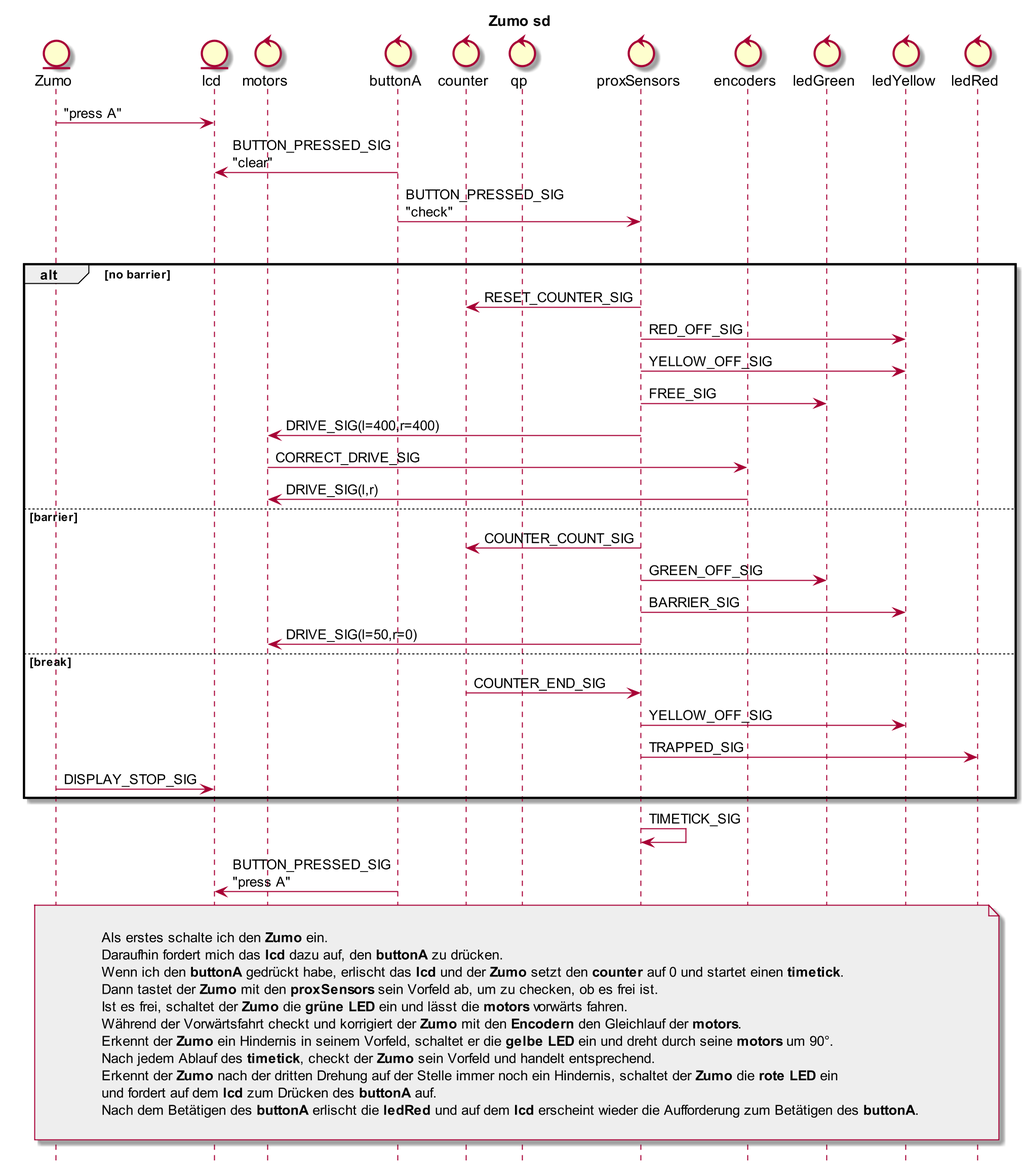
Above: Zumo/Zumo_SD.png in orje/Zumo_QM_QPnano (PlantUML), before the change.
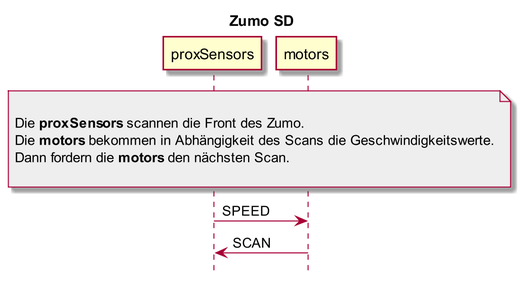
Later version of the same file.

Change to the diagram source:
```diff
@@ -2,75 +2,27 @@
 skinparam dpi 200
 
 
+
 hide footbox
 
-title Zumo sd
+
+title Zumo SD
 
 
-entity Zumo
-entity lcd
-control motors
-control buttonA
-control counter
-control qp
-control proxSensors
-control encoders
-control ledGreen
-control ledYellow
-control ledRed
+note over proxSensors, motors #EEEEEE
+
+Die **proxSensors** scannen die Front des Zumo.
+Die **motors** bekommen in Abhängigkeit des Scans die Geschwindigkeitswerte.
+Dann fordern die **motors** den nächsten Scan.
+
+end note
 
 
-Zumo -> lcd : "press A"
-buttonA -> lcd : BUTTON_PRESSED_SIG\n"clear"
-buttonA -> proxSensors : BUTTON_PRESSED_SIG\n"check"
-
-loop
-
-alt no barrier
-proxSensors -> counter : RESET_COUNTER_SIG
-proxSensors -> ledYellow : RED_OFF_SIG
-proxSensors -> ledYellow : YELLOW_OFF_SIG
-proxSensors -> ledGreen : FREE_SIG
-proxSensors -> motors : DRIVE_SIG(l=400,r=400)
-
-motors -> encoders : CORRECT_DRIVE_SIG
-encoders -> motors : DRIVE_SIG(l,r)
-
-else barrier
-proxSensors -> counter : COUNTER_COUNT_SIG
-proxSensors -> ledGreen : GREEN_OFF_SIG
-proxSensors -> ledYellow : BARRIER_SIG
-proxSensors -> motors : DRIVE_SIG(l=50,r=0)
-
-else break
-counter -> proxSensors : COUNTER_END_SIG
-proxSensors -> ledYellow : YELLOW_OFF_SIG
-proxSensors -> ledRed : TRAPPED_SIG
-
-Zumo -> lcd : DISPLAY_STOP_SIG
-
-end
-
-proxSensors -> proxSensors : TIMETICK_SIG
-
-buttonA -> lcd : BUTTON_PRESSED_SIG\n"press A"
+control proxSensors
+control motors
 
 
+proxSensors -> motors : SPEED
 
-
-note over ledRed, Zumo #EEEEEE
-
-Als erstes schalte ich den **Zumo** ein.
-Daraufhin fordert mich das **lcd** dazu auf, den **buttonA** zu drücken.
-Wenn ich den **buttonA** gedrückt habe, erlischt das **lcd** und der **Zumo** setzt den **counter** auf 0 und startet einen **timetick**.
-Dann tastet der **Zumo** mit den **proxSensors** sein Vorfeld ab, um zu checken, ob es frei ist.
-Ist es frei, schaltet der **Zumo** die **grüne LED** ein und lässt die **motors** vorwärts fahren.
-Während der Vorwärtsfahrt checkt und korrigiert der **Zumo** mit den **Encodern** den Gleichlauf der **motors**.
-Erkennt der **Zumo** ein Hindernis in seinem Vorfeld, schaltet er die **gelbe LED** ein und dreht durch seine **motors** um 90°.
-Nach jedem Ablauf des **timetick**, checkt der **Zumo** sein Vorfeld und handelt entsprechend.
-Erkennt der **Zumo** nach der dritten Drehung auf der Stelle immer noch ein Hindernis, schaltet der **Zumo** die **rote LED** ein
-und fordert auf dem **lcd** zum Drücken des **buttonA** auf.
-Nach dem Betätigen des **buttonA** erlischt die **ledRed** und auf dem **lcd** erscheint wieder die Aufforderung zum Betätigen des **buttonA**.
-
-end note
+motors -> proxSensors : SCAN
 @enduml
```
